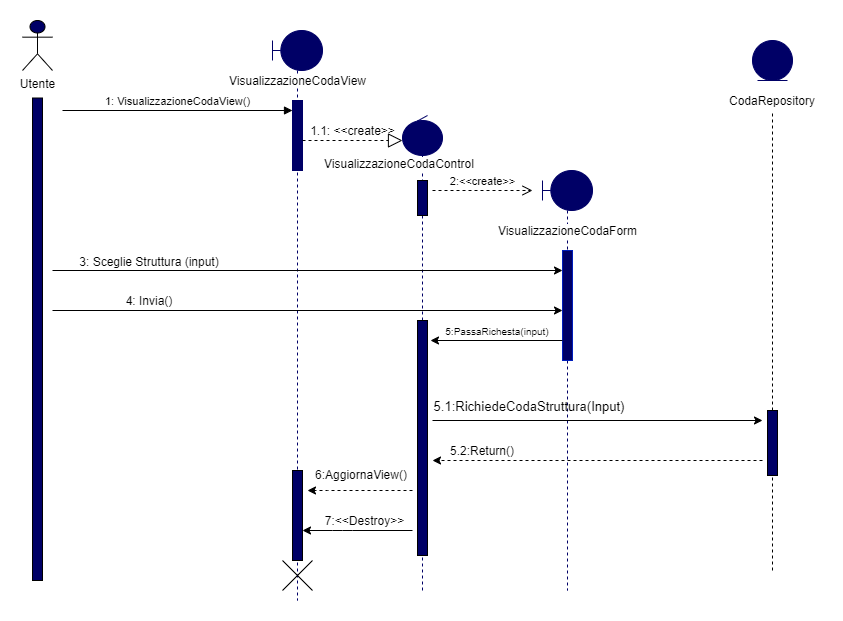
Before: Documenti/RAD/Sequence Diagram/Visualizzazione Coda/VisualizzazioneCodaSD.png, a diagram exported from draw.io (Givaa/MedQueue). Source tidied: cells renumbered, new cells last; positions are measured from the earlier drawing's top-left corner, leaving out a move shared by most shapes. The source it was exported from:
```xml
<mxGraphModel background="#ffffff">
  <root>
    <mxCell id="0" />
    <mxCell id="1" parent="0" />
    <mxCell id="2" style="shape=umlLifeline;participant=umlBoundary;perimeter=lifelinePerimeter;whiteSpace=wrap;html=1;verticalAlign=top;spacingTop=36;fontColor=#ffffff;fillColor=#000066;strokeColor=#000066;" parent="1" vertex="1">
      <mxGeometry x="250" y="10" width="50" height="570" as="geometry" />
    </mxCell>
    <mxCell id="3" style="html=1;perimeter=orthogonalPerimeter;fontColor=#ffffff;fillColor=#000066;strokeColor=#000066;" parent="2" vertex="1">
      <mxGeometry x="20" y="70" width="10" height="70" as="geometry" />
    </mxCell>
    <mxCell id="4" style="html=1;perimeter=orthogonalPerimeter;fillColor=#000066;" parent="2" vertex="1">
      <mxGeometry x="20" y="440" width="10" height="90" as="geometry" />
    </mxCell>
    <mxCell id="5" style="shape=umlDestroy;" parent="2" vertex="1">
      <mxGeometry x="10" y="530" width="30" height="30" as="geometry" />
    </mxCell>
    <mxCell id="6" value="1: VisualizzazioneCodaView()" style="html=1;verticalAlign=bottom;endArrow=block;" parent="1" edge="1">
      <mxGeometry relative="1" as="geometry">
        <mxPoint x="40" y="90" as="sourcePoint" />
        <mxPoint x="270" y="90" as="targetPoint" />
      </mxGeometry>
    </mxCell>
    <mxCell id="7" value="&lt;span style=&quot;background-color: rgb(255 , 255 , 255)&quot;&gt;VisualizzazioneCodaView&lt;/span&gt;" style="text;html=1;align=center;verticalAlign=middle;" parent="1" vertex="1">
      <mxGeometry x="200" y="50" width="150" height="20" as="geometry" />
    </mxCell>
    <mxCell id="8" style="endArrow=block;dashed=1;endFill=0;endSize=12;html=1;" parent="1" edge="1">
      <mxGeometry relative="1" as="geometry">
        <mxPoint x="280" y="120" as="sourcePoint" />
        <mxPoint x="380" y="120" as="targetPoint" />
      </mxGeometry>
    </mxCell>
    <mxCell id="9" style="shape=umlLifeline;participant=umlControl;perimeter=lifelinePerimeter;whiteSpace=wrap;html=1;verticalAlign=top;spacingTop=36;fontColor=#ffffff;fillColor=#000066;strokeColor=#000066;" parent="1" vertex="1">
      <mxGeometry x="380" y="95" width="40" height="475" as="geometry" />
    </mxCell>
    <mxCell id="10" style="html=1;perimeter=orthogonalPerimeter;fontColor=#ffffff;fillColor=#000066;" parent="9" vertex="1">
      <mxGeometry x="15" y="65" width="10" height="35" as="geometry" />
    </mxCell>
    <mxCell id="11" style="html=1;perimeter=orthogonalPerimeter;fillColor=#000066;" parent="9" vertex="1">
      <mxGeometry x="15" y="205" width="10" height="235" as="geometry" />
    </mxCell>
    <mxCell id="12" value="&lt;span style=&quot;color: rgb(0 , 0 , 0) ; font-family: &amp;#34;helvetica&amp;#34; ; font-size: 12px ; font-style: normal ; font-weight: 400 ; letter-spacing: normal ; text-align: center ; text-indent: 0px ; text-transform: none ; word-spacing: 0px ; background-color: rgb(255 , 255 , 255) ; display: inline ; float: none&quot;&gt;VisualizzazioneCodaControl&lt;/span&gt;" style="text;whiteSpace=wrap;html=1;" parent="1" vertex="1">
      <mxGeometry x="300" y="130" width="200" height="30" as="geometry" />
    </mxCell>
    <mxCell id="13" value="1.1: &amp;lt;&amp;lt;create&amp;gt;&amp;gt;" style="text;html=1;align=center;verticalAlign=middle;" parent="1" vertex="1">
      <mxGeometry x="280" y="100" width="100" height="20" as="geometry" />
    </mxCell>
    <mxCell id="14" value="Utente" style="shape=umlActor;verticalLabelPosition=bottom;verticalAlign=top;html=1;fillColor=#000066;" parent="1" vertex="1">
      <mxGeometry width="30" height="50" as="geometry" />
    </mxCell>
    <mxCell id="15" style="html=1;perimeter=orthogonalPerimeter;fillColor=#000066;" parent="1" vertex="1">
      <mxGeometry x="10" y="77.5" width="10" height="482.5" as="geometry" />
    </mxCell>
    <mxCell id="16" style="shape=umlLifeline;participant=umlBoundary;perimeter=lifelinePerimeter;whiteSpace=wrap;html=1;verticalAlign=top;spacingTop=36;fontColor=#ffffff;fillColor=#000066;strokeColor=#000066;" parent="1" vertex="1">
      <mxGeometry x="520" y="150" width="50" height="420" as="geometry" />
    </mxCell>
    <mxCell id="17" style="html=1;perimeter=orthogonalPerimeter;strokeColor=#001DBC;fontColor=#ffffff;fillColor=#000066;" parent="16" vertex="1">
      <mxGeometry x="20" y="80" width="10" height="110" as="geometry" />
    </mxCell>
    <mxCell id="18" value="&lt;span style=&quot;background-color: rgb(255 , 255 , 255)&quot;&gt;VisualizzazioneCodaForm&lt;/span&gt;" style="text;html=1;align=center;verticalAlign=middle;" parent="1" vertex="1">
      <mxGeometry x="470" y="200" width="150" height="20" as="geometry" />
    </mxCell>
    <mxCell id="19" value="2:&amp;lt;&amp;lt;create&amp;gt;&amp;gt;" style="html=1;verticalAlign=bottom;endArrow=open;dashed=1;endSize=8;" parent="1" edge="1">
      <mxGeometry relative="1" as="geometry">
        <mxPoint x="410" y="170" as="sourcePoint" />
        <mxPoint x="510" y="170" as="targetPoint" />
      </mxGeometry>
    </mxCell>
    <mxCell id="20" style="endArrow=classic;html=1;" parent="1" edge="1">
      <mxGeometry relative="1" as="geometry">
        <mxPoint x="30" y="250" as="sourcePoint" />
        <mxPoint x="540" y="250" as="targetPoint" />
      </mxGeometry>
    </mxCell>
    <mxCell id="21" style="endArrow=classic;html=1;" parent="1" edge="1">
      <mxGeometry relative="1" as="geometry">
        <mxPoint x="30" y="290" as="sourcePoint" />
        <mxPoint x="540" y="290" as="targetPoint" />
      </mxGeometry>
    </mxCell>
    <mxCell id="22" value="4: Invia()" style="text;html=1;strokeColor=none;fillColor=none;align=center;verticalAlign=middle;whiteSpace=wrap;rounded=0;" parent="1" vertex="1">
      <mxGeometry x="27" y="270" width="200" height="20" as="geometry" />
    </mxCell>
    <mxCell id="23" value="3: Sceglie Struttura (input)" style="text;html=1;strokeColor=none;fillColor=none;align=center;verticalAlign=middle;whiteSpace=wrap;rounded=0;" parent="1" vertex="1">
      <mxGeometry x="27" y="231" width="200" height="20" as="geometry" />
    </mxCell>
    <mxCell id="24" style="endArrow=classic;html=1;" parent="1" edge="1">
      <mxGeometry relative="1" as="geometry">
        <mxPoint x="540" y="320" as="sourcePoint" />
        <mxPoint x="408" y="320" as="targetPoint" />
      </mxGeometry>
    </mxCell>
    <mxCell id="25" value="&lt;font style=&quot;font-size: 10px&quot;&gt;5:PassaRichesta(input)&lt;/font&gt;" style="text;html=1;strokeColor=none;fillColor=none;align=center;verticalAlign=middle;whiteSpace=wrap;rounded=0;" parent="1" vertex="1">
      <mxGeometry x="450" y="300" width="50" height="20" as="geometry" />
    </mxCell>
    <mxCell id="26" style="ellipse;shape=umlEntity;whiteSpace=wrap;html=1;fillColor=#000066;strokeColor=#000066;" parent="1" vertex="1">
      <mxGeometry x="730" y="20" width="40" height="40" as="geometry" />
    </mxCell>
    <mxCell id="27" value="CodaRepository" style="text;html=1;strokeColor=none;fillColor=none;align=center;verticalAlign=middle;whiteSpace=wrap;rounded=0;" parent="1" vertex="1">
      <mxGeometry x="700" y="70" width="100" height="20" as="geometry" />
    </mxCell>
    <mxCell id="28" style="endArrow=none;dashed=1;html=1;entryX=0.5;entryY=1;entryDx=0;entryDy=0;" parent="1" edge="1" source="29" target="27">
      <mxGeometry relative="1" as="geometry" />
    </mxCell>
    <mxCell id="29" style="html=1;points=[];perimeter=orthogonalPerimeter;fillColor=#000066;" parent="1" vertex="1">
      <mxGeometry x="745" y="390" width="10" height="65" as="geometry" />
    </mxCell>
    <mxCell id="30" style="endArrow=none;dashed=1;html=1;entryX=0.5;entryY=1;entryDx=0;entryDy=0;" parent="1" edge="1" target="29">
      <mxGeometry relative="1" as="geometry">
        <mxPoint x="750" y="550" as="sourcePoint" />
      </mxGeometry>
    </mxCell>
    <mxCell id="31" style="endArrow=classic;html=1;" parent="1" edge="1">
      <mxGeometry relative="1" as="geometry">
        <mxPoint x="410" y="400" as="sourcePoint" />
        <mxPoint x="740" y="400" as="targetPoint" />
      </mxGeometry>
    </mxCell>
    <mxCell id="32" value="&lt;font style=&quot;font-size: 13px&quot;&gt;5.1:RichiedeCodaStruttura(Input)&lt;/font&gt;" style="text;html=1;strokeColor=none;fillColor=none;align=center;verticalAlign=middle;whiteSpace=wrap;rounded=0;" parent="1" vertex="1">
      <mxGeometry x="487" y="376" width="40" height="20" as="geometry" />
    </mxCell>
    <mxCell id="33" style="endArrow=classic;html=1;dashed=1;" parent="1" edge="1">
      <mxGeometry relative="1" as="geometry">
        <mxPoint x="740" y="440" as="sourcePoint" />
        <mxPoint x="410" y="440" as="targetPoint" />
      </mxGeometry>
    </mxCell>
    <mxCell id="34" value="5.2:Return()" style="text;html=1;strokeColor=none;fillColor=none;align=center;verticalAlign=middle;whiteSpace=wrap;rounded=0;" parent="1" vertex="1">
      <mxGeometry x="440" y="420" width="40" height="20" as="geometry" />
    </mxCell>
    <mxCell id="35" style="endArrow=classic;html=1;dashed=1;" parent="1" edge="1">
      <mxGeometry relative="1" as="geometry">
        <mxPoint x="390" y="470" as="sourcePoint" />
        <mxPoint x="285" y="470" as="targetPoint" />
        <Array as="points">
          <mxPoint x="315" y="470" />
        </Array>
      </mxGeometry>
    </mxCell>
    <mxCell id="36" value="6:AggiornaView()" style="text;html=1;strokeColor=none;fillColor=none;align=center;verticalAlign=middle;whiteSpace=wrap;rounded=0;" parent="1" vertex="1">
      <mxGeometry x="319" y="444" width="40" height="20" as="geometry" />
    </mxCell>
    <mxCell id="37" style="endArrow=classic;html=1;" parent="1" edge="1">
      <mxGeometry relative="1" as="geometry">
        <mxPoint x="390" y="510" as="sourcePoint" />
        <mxPoint x="280" y="510" as="targetPoint" />
        <Array as="points">
          <mxPoint x="320" y="510" />
        </Array>
      </mxGeometry>
    </mxCell>
    <mxCell id="38" value="7:&amp;lt;&amp;lt;Destroy&amp;gt;&amp;gt;" style="text;html=1;strokeColor=none;fillColor=none;align=center;verticalAlign=middle;whiteSpace=wrap;rounded=0;" parent="1" vertex="1">
      <mxGeometry x="298" y="490" width="89" height="20" as="geometry" />
    </mxCell>
  </root>
</mxGraphModel>
```
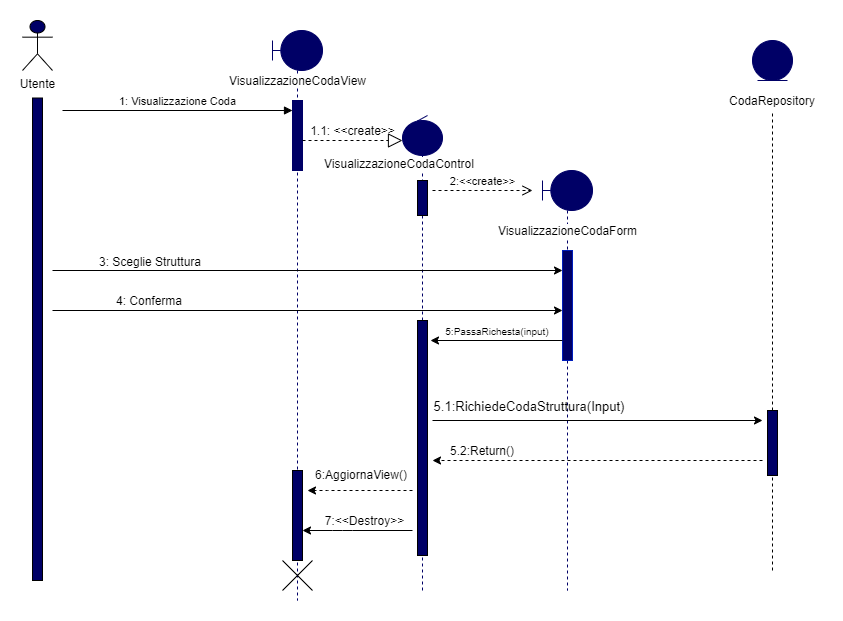
Above is the later version.

Diff of the diagram source:
```diff
@@ -14,7 +14,7 @@
     <mxCell id="5" style="shape=umlDestroy;" parent="2" vertex="1">
       <mxGeometry x="10" y="530" width="30" height="30" as="geometry" />
     </mxCell>
-    <mxCell id="6" value="1: VisualizzazioneCodaView()" style="html=1;verticalAlign=bottom;endArrow=block;" parent="1" edge="1">
+    <mxCell id="6" value="1: Visualizzazione Coda" style="html=1;verticalAlign=bottom;endArrow=block;" parent="1" edge="1">
       <mxGeometry relative="1" as="geometry">
         <mxPoint x="40" y="90" as="sourcePoint" />
         <mxPoint x="270" y="90" as="targetPoint" />
@@ -77,11 +77,11 @@
         <mxPoint x="540" y="290" as="targetPoint" />
       </mxGeometry>
     </mxCell>
-    <mxCell id="22" value="4: Invia()" style="text;html=1;strokeColor=none;fillColor=none;align=center;verticalAlign=middle;whiteSpace=wrap;rounded=0;" parent="1" vertex="1">
+    <mxCell id="22" value="4: Conferma" style="text;html=1;strokeColor=none;fillColor=none;align=center;verticalAlign=middle;whiteSpace=wrap;rounded=0;" parent="1" vertex="1">
       <mxGeometry x="27" y="270" width="200" height="20" as="geometry" />
     </mxCell>
-    <mxCell id="23" value="3: Sceglie Struttura (input)" style="text;html=1;strokeColor=none;fillColor=none;align=center;verticalAlign=middle;whiteSpace=wrap;rounded=0;" parent="1" vertex="1">
-      <mxGeometry x="27" y="231" width="200" height="20" as="geometry" />
+    <mxCell id="23" value="3: Sceglie Struttura" style="text;html=1;strokeColor=none;fillColor=none;align=center;verticalAlign=middle;whiteSpace=wrap;rounded=0;" parent="1" vertex="1">
+      <mxGeometry x="28" y="231" width="200" height="20" as="geometry" />
     </mxCell>
     <mxCell id="24" style="endArrow=classic;html=1;" parent="1" edge="1">
       <mxGeometry relative="1" as="geometry">
```
